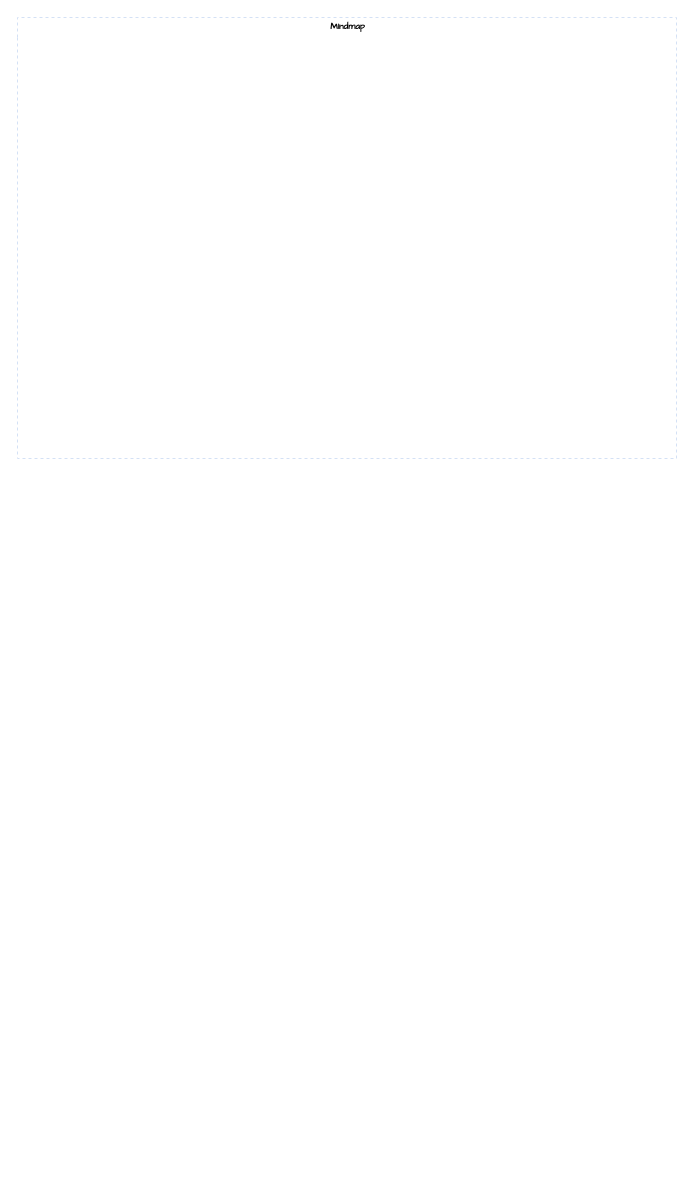
HuanYu2001/My-first-public-repository keeps this draw.io diagram as 未命名绘图.drawio. Above is the earlier version. Source tidied: cells renumbered, new cells numbered last; positions are measured from the earlier drawing's top-left corner, leaving out a move shared by most shapes. Both pictures are drawn from the tidied source at 100%, with x=0, y=0 at pixel (17, 17).
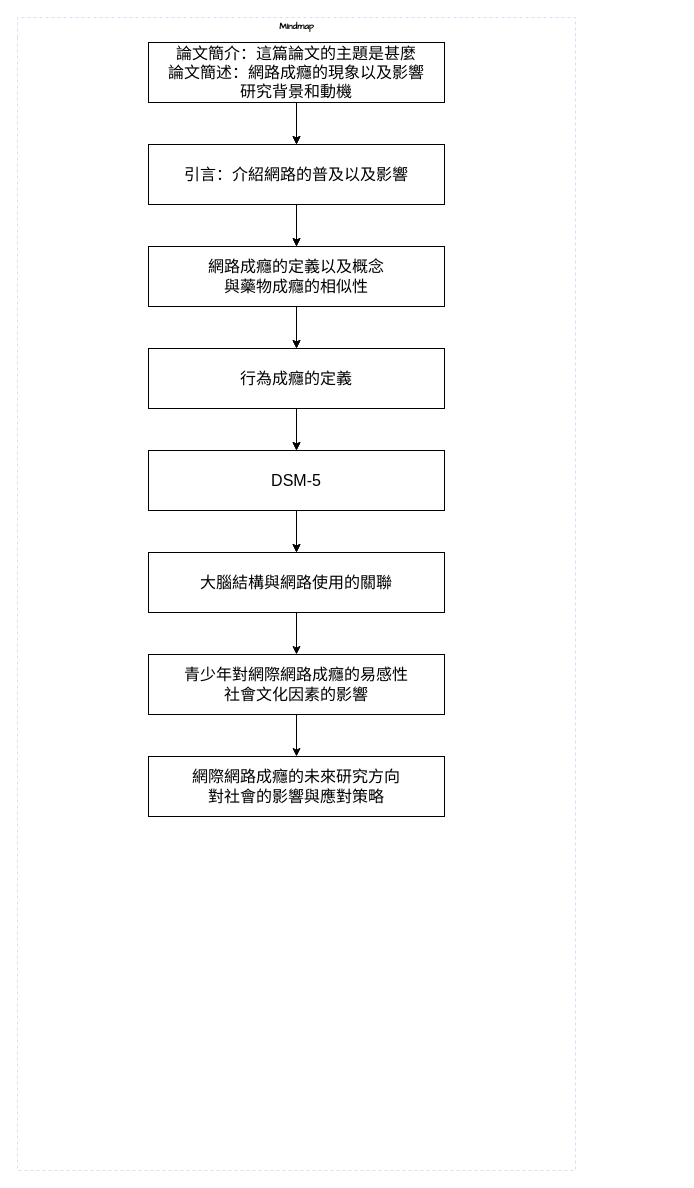
The same page after the edit.

Commit message:
更新未命名绘图.drawio

What changed in the source:
```diff
@@
     <mxCell id="2" value="Mindmap" style="swimlane;html=1;startSize=20;horizontal=1;containerType=tree;labelBackgroundColor=none;strokeColor=#D4E1F5;strokeWidth=1;fillColor=none;fontFamily=Comic Sans MS;fontSize=9;swimlaneLine=0;dashed=1;" parent="1" vertex="1">
-      <mxGeometry width="659" height="441" as="geometry" />
+      <mxGeometry width="558" height="1153" as="geometry" />
     </mxCell>
+    <mxCell id="3" style="edgeStyle=orthogonalEdgeStyle;rounded=0;jettySize=auto;html=1;entryX=0.5;entryY=0;entryDx=0;entryDy=0;" parent="2" edge="1" source="5" target="8">
+      <mxGeometry relative="1" as="geometry" />
+    </mxCell>
+    <mxCell id="4" style="edgeStyle=orthogonalEdgeStyle;rounded=0;jettySize=auto;html=1;" parent="2" edge="1" source="5" target="8">
+      <mxGeometry relative="1" as="geometry" />
+    </mxCell>
+    <mxCell id="5" value="&lt;font style=&quot;font-size: 16px;&quot;&gt;論文簡介：這篇論文的主題是甚麼&lt;/font&gt;&lt;div&gt;&lt;font style=&quot;font-size: 16px;&quot;&gt;&lt;font&gt;論文簡述：網路成癮的現象以及影響&lt;/font&gt;&lt;div style=&quot;font-size: 12px;&quot;&gt;&lt;font style=&quot;font-size: 16px;&quot;&gt;研究背景和動機&lt;/font&gt;&lt;/div&gt;&lt;/font&gt;&lt;/div&gt;" style="rounded=0;whiteSpace=wrap;html=1;" parent="2" vertex="1">
+      <mxGeometry x="131" y="25" width="296" height="60" as="geometry" />
+    </mxCell>
+    <mxCell id="6" style="edgeStyle=orthogonalEdgeStyle;rounded=0;jettySize=auto;html=1;" parent="2" edge="1" source="8" target="11">
+      <mxGeometry relative="1" as="geometry" />
+    </mxCell>
+    <mxCell id="7" style="edgeStyle=orthogonalEdgeStyle;rounded=0;jettySize=auto;html=1;" parent="2" edge="1" source="8" target="11">
+      <mxGeometry relative="1" as="geometry" />
+    </mxCell>
+    <mxCell id="8" value="&lt;span style=&quot;font-size: 16px;&quot;&gt;引言：介紹網路的普及以及影響&lt;/span&gt;" style="rounded=0;whiteSpace=wrap;html=1;" parent="2" vertex="1">
+      <mxGeometry x="131" y="127" width="296" height="60" as="geometry" />
+    </mxCell>
+    <mxCell id="9" style="edgeStyle=orthogonalEdgeStyle;rounded=0;jettySize=auto;html=1;entryX=0.5;entryY=0;entryDx=0;entryDy=0;" parent="2" edge="1" source="11" target="14">
+      <mxGeometry relative="1" as="geometry" />
+    </mxCell>
+    <mxCell id="10" style="edgeStyle=orthogonalEdgeStyle;rounded=0;jettySize=auto;html=1;" parent="2" edge="1" source="11" target="14">
+      <mxGeometry relative="1" as="geometry" />
+    </mxCell>
+    <mxCell id="11" value="&lt;span style=&quot;font-size: 16px;&quot;&gt;網路成癮的定義以及概念&lt;/span&gt;&lt;div&gt;&lt;span style=&quot;font-size: 16px;&quot;&gt;與藥物成癮的相似性&lt;/span&gt;&lt;/div&gt;" style="rounded=0;whiteSpace=wrap;html=1;" parent="2" vertex="1">
+      <mxGeometry x="131" y="229" width="296" height="60" as="geometry" />
+    </mxCell>
+    <mxCell id="12" style="edgeStyle=orthogonalEdgeStyle;rounded=0;jettySize=auto;html=1;entryX=0.5;entryY=0;entryDx=0;entryDy=0;" parent="2" edge="1" source="14" target="17">
+      <mxGeometry relative="1" as="geometry" />
+    </mxCell>
+    <mxCell id="13" style="edgeStyle=orthogonalEdgeStyle;rounded=0;jettySize=auto;html=1;" parent="2" edge="1" source="14" target="17">
+      <mxGeometry relative="1" as="geometry" />
+    </mxCell>
+    <mxCell id="14" value="&lt;span style=&quot;font-size: 16px;&quot;&gt;行為成癮的定義&lt;/span&gt;" style="rounded=0;whiteSpace=wrap;html=1;" parent="2" vertex="1">
+      <mxGeometry x="131" y="331" width="296" height="60" as="geometry" />
+    </mxCell>
+    <mxCell id="15" style="edgeStyle=orthogonalEdgeStyle;rounded=0;jettySize=auto;html=1;entryX=0.5;entryY=0;entryDx=0;entryDy=0;" parent="2" edge="1" source="17" target="19">
+      <mxGeometry relative="1" as="geometry" />
+    </mxCell>
+    <mxCell id="16" style="edgeStyle=orthogonalEdgeStyle;rounded=0;jettySize=auto;html=1;" parent="2" edge="1" source="17" target="19">
+      <mxGeometry relative="1" as="geometry" />
+    </mxCell>
+    <mxCell id="17" value="&lt;span style=&quot;font-size: 16px;&quot;&gt;DSM-5&lt;/span&gt;" style="rounded=0;whiteSpace=wrap;html=1;" parent="2" vertex="1">
+      <mxGeometry x="131" y="433" width="296" height="60" as="geometry" />
+    </mxCell>
+    <mxCell id="18" style="edgeStyle=orthogonalEdgeStyle;rounded=0;jettySize=auto;html=1;" parent="2" edge="1" source="19" target="21">
+      <mxGeometry relative="1" as="geometry" />
+    </mxCell>
+    <mxCell id="19" value="&lt;span style=&quot;font-size: 16px;&quot;&gt;大腦結構與網路使用的關聯&lt;/span&gt;" style="rounded=0;whiteSpace=wrap;html=1;" parent="2" vertex="1">
+      <mxGeometry x="131" y="535" width="296" height="60" as="geometry" />
+    </mxCell>
+    <mxCell id="20" style="edgeStyle=orthogonalEdgeStyle;rounded=0;jettySize=auto;html=1;" parent="2" edge="1" source="21" target="22">
+      <mxGeometry relative="1" as="geometry" />
+    </mxCell>
+    <mxCell id="21" value="&lt;div&gt;&lt;span style=&quot;font-size: 16px;&quot;&gt;青少年對網際網路成癮的易感性&lt;/span&gt;&lt;/div&gt;&lt;div&gt;&lt;span style=&quot;font-size: 16px;&quot;&gt;社會文化因素的影響&lt;/span&gt;&lt;/div&gt;" style="rounded=0;whiteSpace=wrap;html=1;" parent="2" vertex="1">
+      <mxGeometry x="131" y="637" width="296" height="60" as="geometry" />
+    </mxCell>
+    <mxCell id="22" value="&lt;div&gt;&lt;span style=&quot;font-size: 16px;&quot;&gt;網際網路成癮的未來研究方向&lt;/span&gt;&lt;/div&gt;&lt;div&gt;&lt;span style=&quot;font-size: 16px;&quot;&gt;對社會的影響與應對策略&lt;/span&gt;&lt;/div&gt;" style="rounded=0;whiteSpace=wrap;html=1;" parent="2" vertex="1">
+      <mxGeometry x="131" y="739" width="296" height="60" as="geometry" />
+    </mxCell>
```
